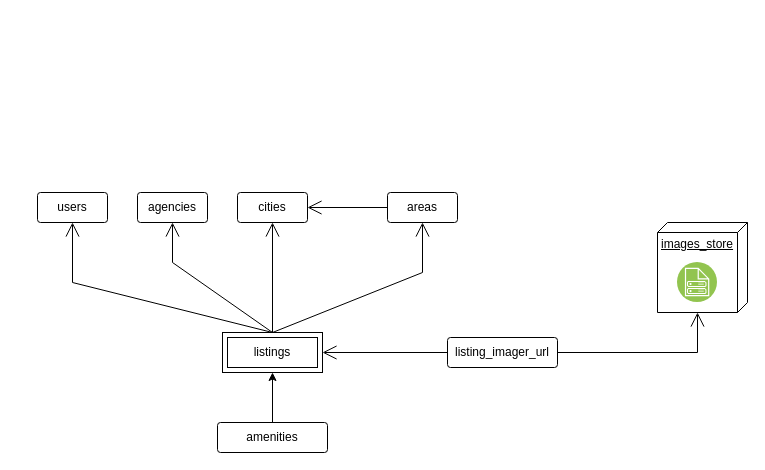
Before: database design.drawio in LobashKhatri/openestate-diagrams, a draw.io diagram. Source tidied: cells renumbered, new cells numbered last; positions are measured from the earlier drawing's top-left corner, leaving out a move shared by most shapes. Both pictures are drawn from the tidied source at 100%, with x=0, y=0 at pixel (37, 192).
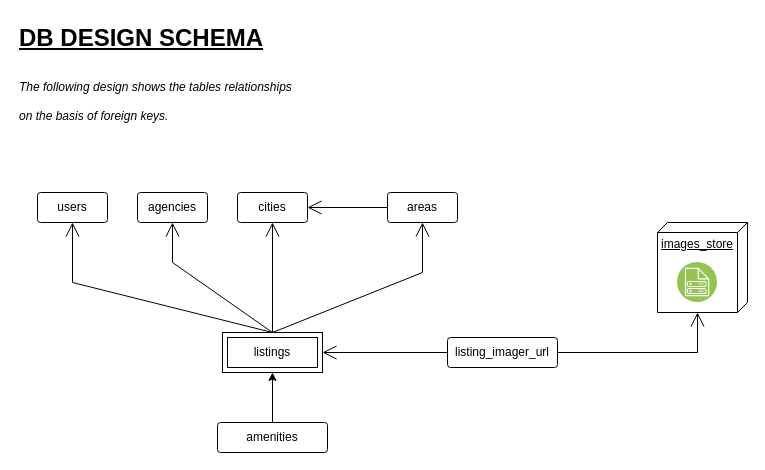
The same page after the edit.

Change to the diagram source:
```diff
@@
+    <mxCell id="19" value="&lt;h1 style=&quot;margin-top: 0px;&quot;&gt;&lt;span style=&quot;color: light-dark(rgb(0, 0, 0), rgb(255, 255, 255));&quot;&gt;&lt;u&gt;DB DESIGN SCHEMA&lt;/u&gt;&lt;/span&gt;&lt;/h1&gt;&lt;h1 style=&quot;margin-top: 0px;&quot;&gt;&lt;span style=&quot;background-color: transparent; color: light-dark(rgb(0, 0, 0), rgb(255, 255, 255)); font-size: 12px; font-weight: normal;&quot;&gt;&lt;i&gt;The following design shows the tables relationships on the basis of foreign keys.&lt;/i&gt;&lt;/span&gt;&lt;/h1&gt;" style="text;html=1;whiteSpace=wrap;overflow=hidden;rounded=0;" parent="1" vertex="1">
+      <mxGeometry x="-20" y="-175" width="290" height="120" as="geometry" />
+    </mxCell>
```
